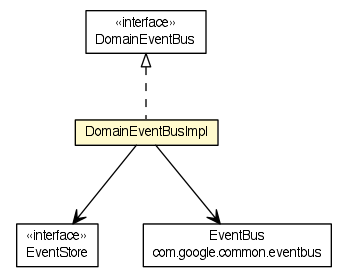
Above: apidocs/org/dayatang/domain/event/DomainEventBusImpl.png in dayatang/dddlib (Graphviz), before the change. Its source is kept beside it as apidocs/org/dayatang/domain/event/DomainEventBusImpl.dot.
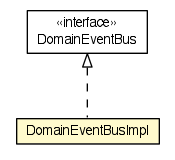
Later version of the same file.

Change to the diagram source:
```diff
@@ -4,30 +4,16 @@
 	node [fontname="Helvetica",fontsize=10,shape=plaintext];
 	nodesep=0.25;
 	ranksep=0.5;
-	c43364 [label=<<table title="org.dayatang.domain.event.EventStore" border="0" cellborder="1" cellspacing="0" cellpadding="2" port="p" href="./EventStore.html">
-		<tr><td><table border="0" cellspacing="0" cellpadding="1">
-<tr><td align="center" balign="center"> &#171;interface&#187; </td></tr>
-<tr><td align="center" balign="center"> EventStore </td></tr>
-		</table></td></tr>
-		</table>>, URL="./EventStore.html", fontname="Helvetica", fontcolor="black", fontsize=10.0];
-	c43365 [label=<<table title="org.dayatang.domain.event.DomainEventBusImpl" border="0" cellborder="1" cellspacing="0" cellpadding="2" port="p" bgcolor="lemonChiffon" href="./DomainEventBusImpl.html">
+	c43167 [label=<<table title="org.dayatang.domain.event.DomainEventBusImpl" border="0" cellborder="1" cellspacing="0" cellpadding="2" port="p" bgcolor="lemonChiffon" href="./DomainEventBusImpl.html">
 		<tr><td><table border="0" cellspacing="0" cellpadding="1">
 <tr><td align="center" balign="center"> DomainEventBusImpl </td></tr>
 		</table></td></tr>
 		</table>>, URL="./DomainEventBusImpl.html", fontname="Helvetica", fontcolor="black", fontsize=10.0];
-	c43366 [label=<<table title="org.dayatang.domain.event.DomainEventBus" border="0" cellborder="1" cellspacing="0" cellpadding="2" port="p" href="./DomainEventBus.html">
+	c43168 [label=<<table title="org.dayatang.domain.event.DomainEventBus" border="0" cellborder="1" cellspacing="0" cellpadding="2" port="p" href="./DomainEventBus.html">
 		<tr><td><table border="0" cellspacing="0" cellpadding="1">
 <tr><td align="center" balign="center"> &#171;interface&#187; </td></tr>
 <tr><td align="center" balign="center"> DomainEventBus </td></tr>
 		</table></td></tr>
 		</table>>, URL="./DomainEventBus.html", fontname="Helvetica", fontcolor="black", fontsize=10.0];
-	c43366:p -> c43365:p [dir=back,arrowtail=empty,style=dashed];
-	c43365:p -> c43600:p [taillabel="", label=" "headlabel="", fontname="Helvetica", fontcolor="black", fontsize=10.0, color="black", arrowhead=open];
-	c43365:p -> c43364:p [taillabel="", label=" "headlabel="", fontname="Helvetica", fontcolor="black", fontsize=10.0, color="black", arrowhead=open];
-	c43600 [label=<<table title="com.google.common.eventbus.EventBus" border="0" cellborder="1" cellspacing="0" cellpadding="2" port="p" href="http://java.sun.com/j2se/1.4.2/docs/api/com/google/common/eventbus/EventBus.html">
-		<tr><td><table border="0" cellspacing="0" cellpadding="1">
-<tr><td align="center" balign="center"> EventBus </td></tr>
-<tr><td align="center" balign="center"> com.google.common.eventbus </td></tr>
-		</table></td></tr>
-		</table>>, URL="http://java.sun.com/j2se/1.4.2/docs/api/com/google/common/eventbus/EventBus.html", fontname="Helvetica", fontcolor="black", fontsize=10.0];
+	c43168:p -> c43167:p [dir=back,arrowtail=empty,style=dashed];
 }
```
